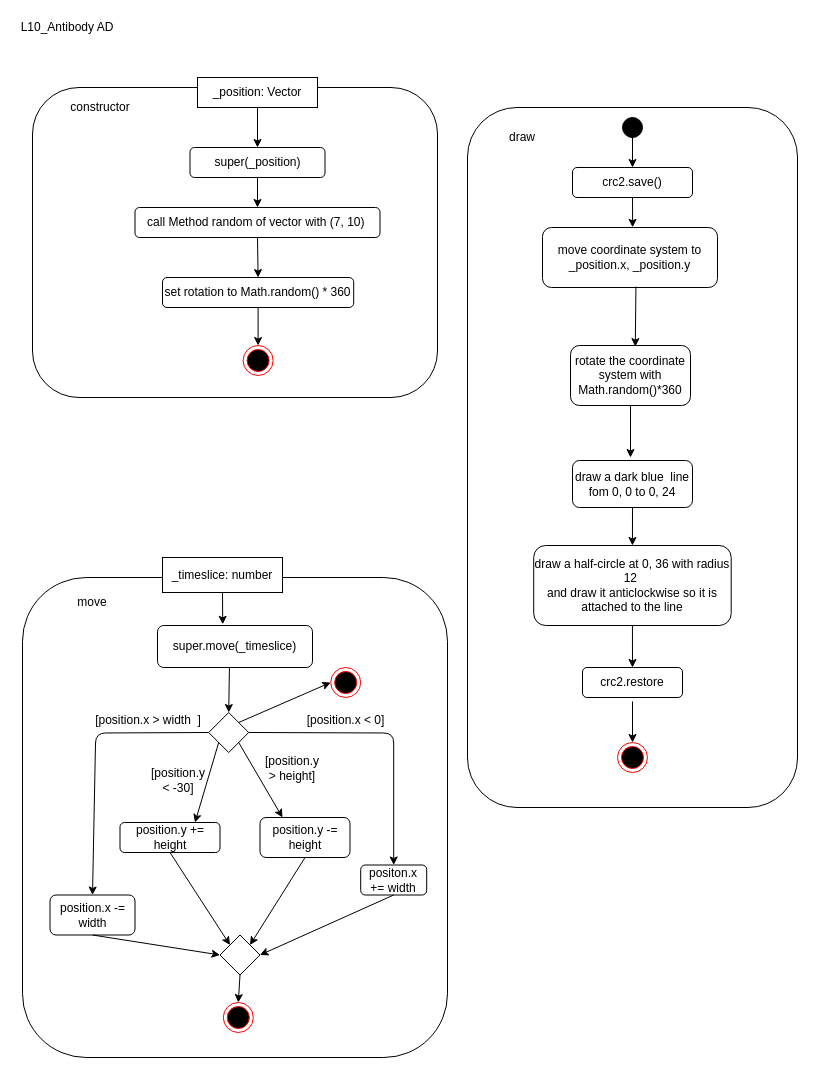
Before: page "Antibody_AD" (2 of 7) of L10_Inheritance/Konzeption/L10_AD_Classes.drawio in KohlerAl/EIA2, a draw.io diagram. Source tidied: cells renumbered, new cells numbered last; positions are measured from the earlier drawing's top-left corner, leaving out a move shared by most shapes. Both pictures are drawn from the tidied source at 100%, with x=0, y=0 at pixel (17, 17).
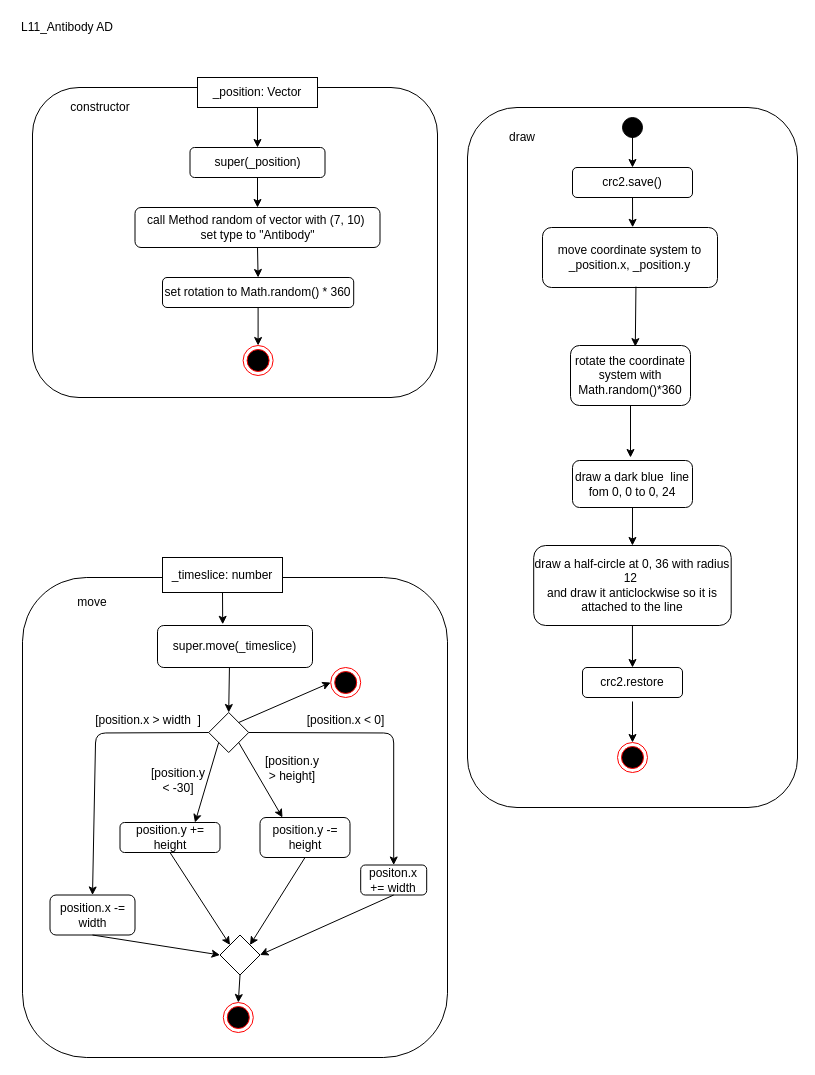
Above is the later version.

The edit, as a diff of the source:
```diff
@@
-    <mxCell id="45" value="L10_Antibody AD" style="text;html=1;strokeColor=none;fillColor=none;align=center;verticalAlign=middle;whiteSpace=wrap;rounded=0;" parent="1" vertex="1">
+    <mxCell id="45" value="L11_Antibody AD" style="text;html=1;strokeColor=none;fillColor=none;align=center;verticalAlign=middle;whiteSpace=wrap;rounded=0;" parent="1" vertex="1">
       <mxGeometry width="100" height="20" as="geometry" />
     </mxCell>
@@
-    <mxCell id="49" value="call Method random of vector with (7, 10)&amp;nbsp;" style="rounded=1;whiteSpace=wrap;html=1;" parent="1" vertex="1">
-      <mxGeometry x="117.5" y="190" width="245" height="30" as="geometry" />
+    <mxCell id="49" value="call Method random of vector with (7, 10)&amp;nbsp;&lt;br&gt;set type to &quot;Antibody&quot;" style="rounded=1;whiteSpace=wrap;html=1;" parent="1" vertex="1">
+      <mxGeometry x="117.5" y="190" width="245" height="40" as="geometry" />
     </mxCell>
```
